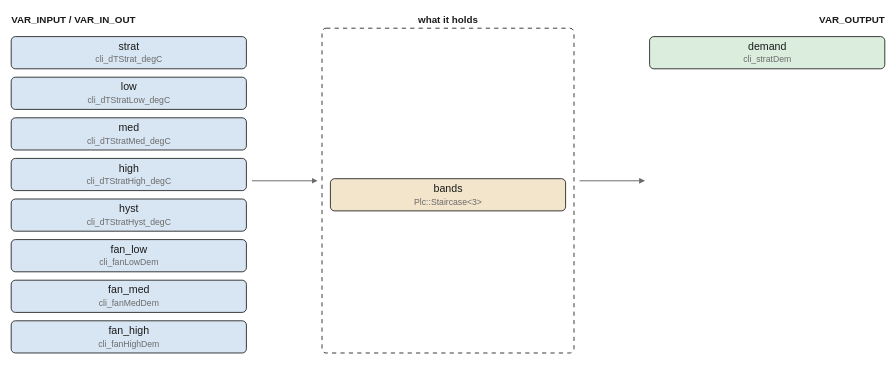
Above: images/logic/destrat.drawio.svg in pstch/botanik2 (draw.io), before the change. Source tidied: cells renumbered, new cells last; positions are measured from the earlier drawing's top-left corner, leaving out a move shared by most shapes. Its diagram source:
```xml
<mxGraphModel>
  <root>
    <mxCell id="0" />
    <mxCell id="1" parent="0" />
    <mxCell id="2" value="VAR_INPUT / VAR_IN_OUT" style="text;html=1;fontSize=7;fontColor=#1a1a1a;align=left;fontStyle=1;" parent="1" vertex="1">
      <mxGeometry width="110" height="11" as="geometry" />
    </mxCell>
    <mxCell id="3" value="what it holds" style="text;html=1;fontSize=7;fontColor=#1a1a1a;align=center;fontStyle=1;" parent="1" vertex="1">
      <mxGeometry x="312" width="65" height="11" as="geometry" />
    </mxCell>
    <mxCell id="4" value="VAR_OUTPUT" style="text;html=1;fontSize=7;fontColor=#1a1a1a;align=left;fontStyle=1;" parent="1" vertex="1">
      <mxGeometry x="624" width="50" height="11" as="geometry" />
    </mxCell>
    <mxCell id="5" value="strat" style="rounded=1;fillColor=#d8e6f3;strokeColor=#1a1a1a;whiteSpace=wrap;html=1;fontSize=8;" parent="1" vertex="1">
      <mxGeometry y="17" width="168" height="23" as="geometry" />
    </mxCell>
    <mxCell id="6" value="low" style="rounded=1;fillColor=#d8e6f3;strokeColor=#1a1a1a;whiteSpace=wrap;html=1;fontSize=8;" parent="1" vertex="1">
      <mxGeometry y="46" width="168" height="23" as="geometry" />
    </mxCell>
    <mxCell id="7" value="med" style="rounded=1;fillColor=#d8e6f3;strokeColor=#1a1a1a;whiteSpace=wrap;html=1;fontSize=8;" parent="1" vertex="1">
      <mxGeometry y="75" width="168" height="23" as="geometry" />
    </mxCell>
    <mxCell id="8" value="high" style="rounded=1;fillColor=#d8e6f3;strokeColor=#1a1a1a;whiteSpace=wrap;html=1;fontSize=8;" parent="1" vertex="1">
      <mxGeometry y="104" width="168" height="23" as="geometry" />
    </mxCell>
    <mxCell id="9" value="hyst" style="rounded=1;fillColor=#d8e6f3;strokeColor=#1a1a1a;whiteSpace=wrap;html=1;fontSize=8;" parent="1" vertex="1">
      <mxGeometry y="133" width="168" height="23" as="geometry" />
    </mxCell>
    <mxCell id="10" value="fan_low" style="rounded=1;fillColor=#d8e6f3;strokeColor=#1a1a1a;whiteSpace=wrap;html=1;fontSize=8;" parent="1" vertex="1">
      <mxGeometry y="162" width="168" height="23" as="geometry" />
    </mxCell>
    <mxCell id="11" value="fan_med" style="rounded=1;fillColor=#d8e6f3;strokeColor=#1a1a1a;whiteSpace=wrap;html=1;fontSize=8;" parent="1" vertex="1">
      <mxGeometry y="191" width="168" height="23" as="geometry" />
    </mxCell>
    <mxCell id="12" value="fan_high" style="rounded=1;fillColor=#d8e6f3;strokeColor=#1a1a1a;whiteSpace=wrap;html=1;fontSize=8;" parent="1" vertex="1">
      <mxGeometry y="220" width="168" height="23" as="geometry" />
    </mxCell>
    <mxCell id="13" value="demand" style="rounded=1;fillColor=#dbeedd;strokeColor=#1a1a1a;whiteSpace=wrap;html=1;fontSize=8;" parent="1" vertex="1">
      <mxGeometry x="456" y="17" width="168" height="23" as="geometry" />
    </mxCell>
    <mxCell id="14" style="rounded=1;fillColor=#ffffff;strokeColor=#1a1a1a;whiteSpace=wrap;html=1;fontSize=8;dashed=1;" parent="1" vertex="1">
      <mxGeometry x="222" y="11" width="180" height="232" as="geometry" />
    </mxCell>
    <mxCell id="15" value="bands" style="rounded=1;fillColor=#f2e5cc;strokeColor=#1a1a1a;whiteSpace=wrap;html=1;fontSize=8;" parent="1" vertex="1">
      <mxGeometry x="228" y="118.5" width="168" height="23" as="geometry" />
    </mxCell>
    <mxCell id="16" style="edgeStyle=none;html=1;strokeColor=#6b6b6b;endArrow=block;" parent="1" edge="1">
      <mxGeometry relative="1" as="geometry">
        <mxPoint x="172" y="120" as="sourcePoint" />
        <mxPoint x="218" y="120" as="targetPoint" />
      </mxGeometry>
    </mxCell>
    <mxCell id="17" style="edgeStyle=none;html=1;strokeColor=#6b6b6b;endArrow=block;" parent="1" edge="1">
      <mxGeometry relative="1" as="geometry">
        <mxPoint x="406" y="120" as="sourcePoint" />
        <mxPoint x="452" y="120" as="targetPoint" />
      </mxGeometry>
    </mxCell>
  </root>
</mxGraphModel>
```
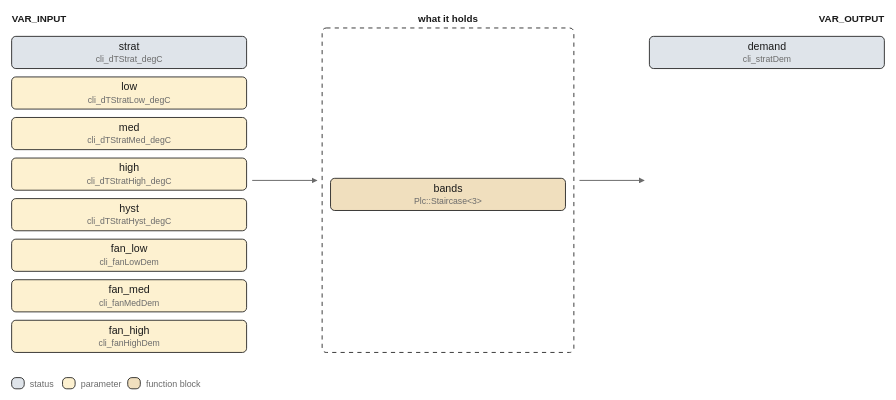
After the commit.

Diff of the diagram source:
```diff
@@ -2,8 +2,8 @@
   <root>
     <mxCell id="0" />
     <mxCell id="1" parent="0" />
-    <mxCell id="2" value="VAR_INPUT / VAR_IN_OUT" style="text;html=1;fontSize=7;fontColor=#1a1a1a;align=left;fontStyle=1;" parent="1" vertex="1">
-      <mxGeometry width="110" height="11" as="geometry" />
+    <mxCell id="2" value="VAR_INPUT" style="text;html=1;fontSize=7;fontColor=#1a1a1a;align=left;fontStyle=1;" parent="1" vertex="1">
+      <mxGeometry width="45" height="11" as="geometry" />
     </mxCell>
     <mxCell id="3" value="what it holds" style="text;html=1;fontSize=7;fontColor=#1a1a1a;align=center;fontStyle=1;" parent="1" vertex="1">
       <mxGeometry x="312" width="65" height="11" as="geometry" />
@@ -11,37 +11,37 @@
     <mxCell id="4" value="VAR_OUTPUT" style="text;html=1;fontSize=7;fontColor=#1a1a1a;align=left;fontStyle=1;" parent="1" vertex="1">
       <mxGeometry x="624" width="50" height="11" as="geometry" />
     </mxCell>
-    <mxCell id="5" value="strat" style="rounded=1;fillColor=#d8e6f3;strokeColor=#1a1a1a;whiteSpace=wrap;html=1;fontSize=8;" parent="1" vertex="1">
+    <mxCell id="5" value="strat" style="rounded=1;fillColor=#dfe4ea;strokeColor=#1a1a1a;whiteSpace=wrap;html=1;fontSize=8;" parent="1" vertex="1">
       <mxGeometry y="17" width="168" height="23" as="geometry" />
     </mxCell>
-    <mxCell id="6" value="low" style="rounded=1;fillColor=#d8e6f3;strokeColor=#1a1a1a;whiteSpace=wrap;html=1;fontSize=8;" parent="1" vertex="1">
+    <mxCell id="6" value="low" style="rounded=1;fillColor=#fdf1d0;strokeColor=#1a1a1a;whiteSpace=wrap;html=1;fontSize=8;" parent="1" vertex="1">
       <mxGeometry y="46" width="168" height="23" as="geometry" />
     </mxCell>
-    <mxCell id="7" value="med" style="rounded=1;fillColor=#d8e6f3;strokeColor=#1a1a1a;whiteSpace=wrap;html=1;fontSize=8;" parent="1" vertex="1">
+    <mxCell id="7" value="med" style="rounded=1;fillColor=#fdf1d0;strokeColor=#1a1a1a;whiteSpace=wrap;html=1;fontSize=8;" parent="1" vertex="1">
       <mxGeometry y="75" width="168" height="23" as="geometry" />
     </mxCell>
-    <mxCell id="8" value="high" style="rounded=1;fillColor=#d8e6f3;strokeColor=#1a1a1a;whiteSpace=wrap;html=1;fontSize=8;" parent="1" vertex="1">
+    <mxCell id="8" value="high" style="rounded=1;fillColor=#fdf1d0;strokeColor=#1a1a1a;whiteSpace=wrap;html=1;fontSize=8;" parent="1" vertex="1">
       <mxGeometry y="104" width="168" height="23" as="geometry" />
     </mxCell>
-    <mxCell id="9" value="hyst" style="rounded=1;fillColor=#d8e6f3;strokeColor=#1a1a1a;whiteSpace=wrap;html=1;fontSize=8;" parent="1" vertex="1">
+    <mxCell id="9" value="hyst" style="rounded=1;fillColor=#fdf1d0;strokeColor=#1a1a1a;whiteSpace=wrap;html=1;fontSize=8;" parent="1" vertex="1">
       <mxGeometry y="133" width="168" height="23" as="geometry" />
     </mxCell>
-    <mxCell id="10" value="fan_low" style="rounded=1;fillColor=#d8e6f3;strokeColor=#1a1a1a;whiteSpace=wrap;html=1;fontSize=8;" parent="1" vertex="1">
+    <mxCell id="10" value="fan_low" style="rounded=1;fillColor=#fdf1d0;strokeColor=#1a1a1a;whiteSpace=wrap;html=1;fontSize=8;" parent="1" vertex="1">
       <mxGeometry y="162" width="168" height="23" as="geometry" />
     </mxCell>
-    <mxCell id="11" value="fan_med" style="rounded=1;fillColor=#d8e6f3;strokeColor=#1a1a1a;whiteSpace=wrap;html=1;fontSize=8;" parent="1" vertex="1">
+    <mxCell id="11" value="fan_med" style="rounded=1;fillColor=#fdf1d0;strokeColor=#1a1a1a;whiteSpace=wrap;html=1;fontSize=8;" parent="1" vertex="1">
       <mxGeometry y="191" width="168" height="23" as="geometry" />
     </mxCell>
-    <mxCell id="12" value="fan_high" style="rounded=1;fillColor=#d8e6f3;strokeColor=#1a1a1a;whiteSpace=wrap;html=1;fontSize=8;" parent="1" vertex="1">
+    <mxCell id="12" value="fan_high" style="rounded=1;fillColor=#fdf1d0;strokeColor=#1a1a1a;whiteSpace=wrap;html=1;fontSize=8;" parent="1" vertex="1">
       <mxGeometry y="220" width="168" height="23" as="geometry" />
     </mxCell>
-    <mxCell id="13" value="demand" style="rounded=1;fillColor=#dbeedd;strokeColor=#1a1a1a;whiteSpace=wrap;html=1;fontSize=8;" parent="1" vertex="1">
+    <mxCell id="13" value="demand" style="rounded=1;fillColor=#dfe4ea;strokeColor=#1a1a1a;whiteSpace=wrap;html=1;fontSize=8;" parent="1" vertex="1">
       <mxGeometry x="456" y="17" width="168" height="23" as="geometry" />
     </mxCell>
     <mxCell id="14" style="rounded=1;fillColor=#ffffff;strokeColor=#1a1a1a;whiteSpace=wrap;html=1;fontSize=8;dashed=1;" parent="1" vertex="1">
       <mxGeometry x="222" y="11" width="180" height="232" as="geometry" />
     </mxCell>
-    <mxCell id="15" value="bands" style="rounded=1;fillColor=#f2e5cc;strokeColor=#1a1a1a;whiteSpace=wrap;html=1;fontSize=8;" parent="1" vertex="1">
+    <mxCell id="15" value="bands" style="rounded=1;fillColor=#f0dfbe;strokeColor=#1a1a1a;whiteSpace=wrap;html=1;fontSize=8;" parent="1" vertex="1">
       <mxGeometry x="228" y="118.5" width="168" height="23" as="geometry" />
     </mxCell>
     <mxCell id="16" style="edgeStyle=none;html=1;strokeColor=#6b6b6b;endArrow=block;" parent="1" edge="1">
@@ -56,5 +56,23 @@
         <mxPoint x="452" y="120" as="targetPoint" />
       </mxGeometry>
     </mxCell>
+    <mxCell id="18" style="rounded=1;fillColor=#dfe4ea;strokeColor=#1a1a1a;whiteSpace=wrap;html=1;fontSize=8;" parent="1" vertex="1">
+      <mxGeometry y="261" width="9" height="8" as="geometry" />
+    </mxCell>
+    <mxCell id="19" value="status" style="text;html=1;fontSize=6;fontColor=#6b6b6b;align=left;" parent="1" vertex="1">
+      <mxGeometry x="13" y="261.6" width="40" height="10.4" as="geometry" />
+    </mxCell>
+    <mxCell id="20" style="rounded=1;fillColor=#fdf1d0;strokeColor=#1a1a1a;whiteSpace=wrap;html=1;fontSize=8;" parent="1" vertex="1">
+      <mxGeometry x="36.4" y="261" width="9" height="8" as="geometry" />
+    </mxCell>
+    <mxCell id="21" value="parameter" style="text;html=1;fontSize=6;fontColor=#6b6b6b;align=left;" parent="1" vertex="1">
+      <mxGeometry x="49.4" y="261.6" width="45" height="10.4" as="geometry" />
+    </mxCell>
+    <mxCell id="22" style="rounded=1;fillColor=#f0dfbe;strokeColor=#1a1a1a;whiteSpace=wrap;html=1;fontSize=8;" parent="1" vertex="1">
+      <mxGeometry x="83" y="261" width="9" height="8" as="geometry" />
+    </mxCell>
+    <mxCell id="23" value="function block" style="text;html=1;fontSize=6;fontColor=#6b6b6b;align=left;" parent="1" vertex="1">
+      <mxGeometry x="96" y="261.6" width="70" height="10.4" as="geometry" />
+    </mxCell>
   </root>
 </mxGraphModel>
```
